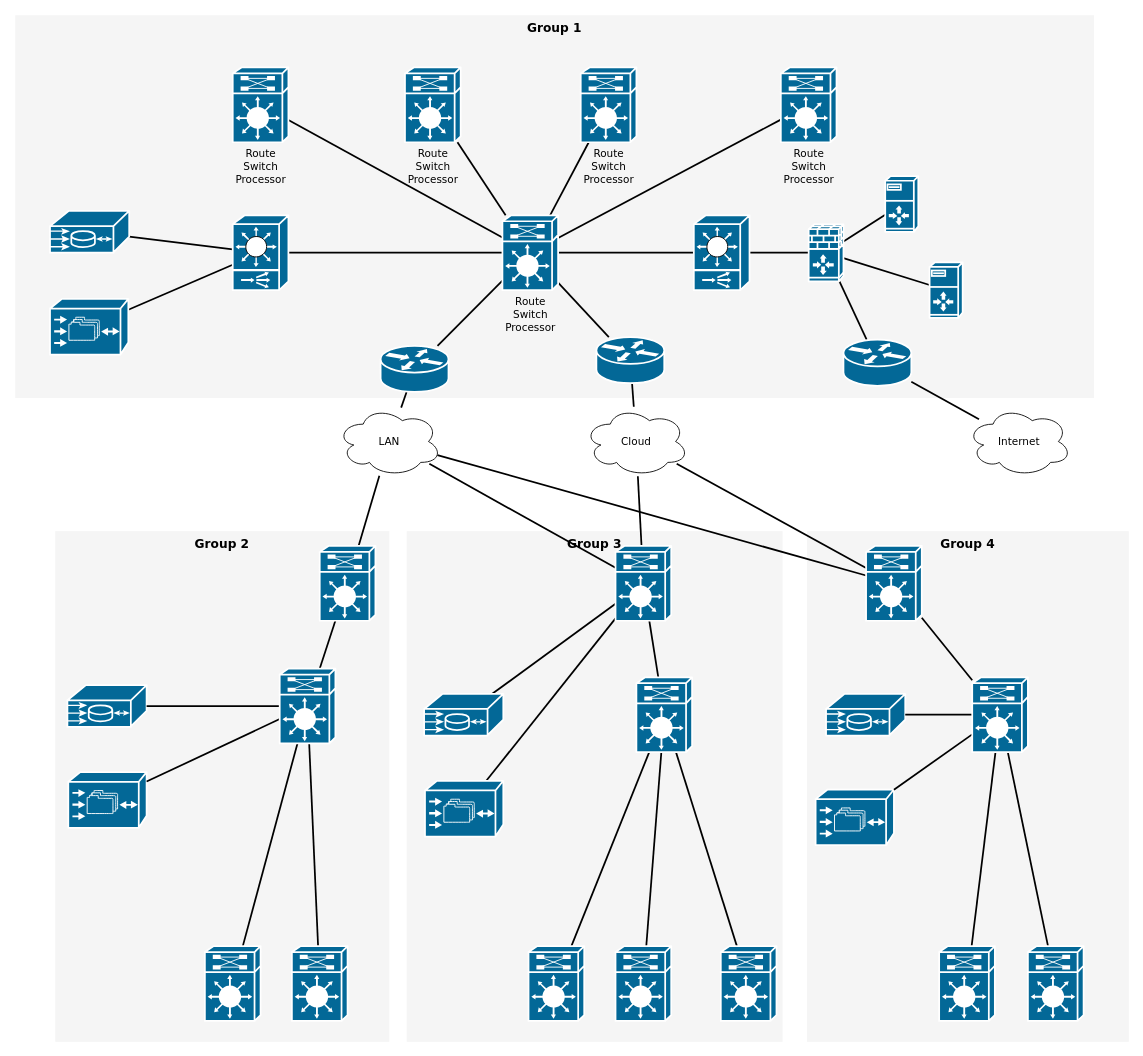
The draw.io diagram 未命名绘图.drawio in nicesteven/nicesteven, before the edit. Source tidied: cells renumbered, new cells numbered last; positions are measured from the earlier drawing's top-left corner, leaving out a move shared by most shapes. Both pictures are drawn from the tidied source at 87%, with x=0, y=0 at pixel (15, 15).
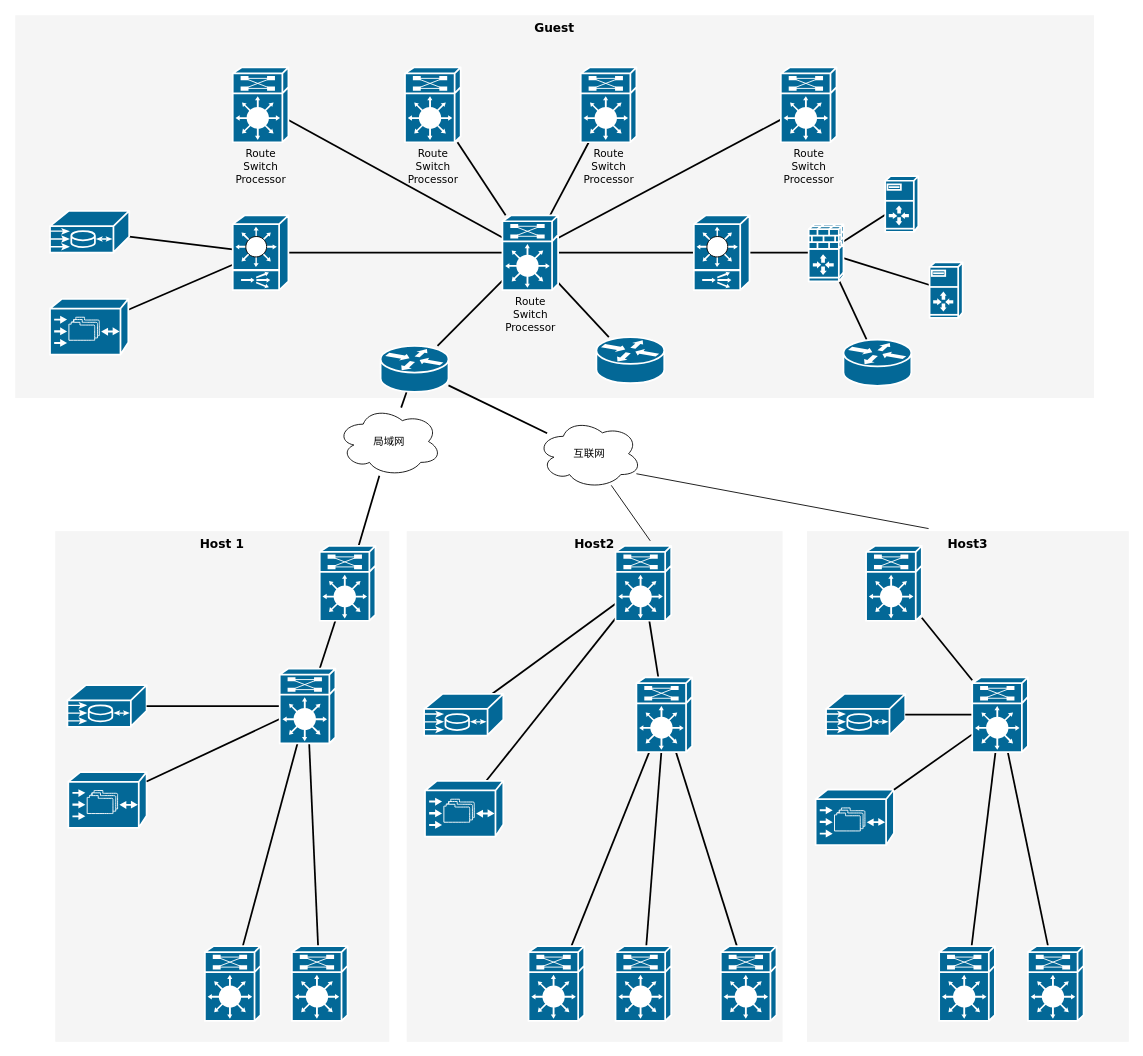
Above is the later version.

The change refers to these unchanged cells:
```xml
<mxCell id="45" style="shape=mxgraph.cisco.misc.route_switch_processor;html=1;dashed=0;fillColor=#036897;strokeColor=#ffffff;strokeWidth=2;verticalLabelPosition=bottom;verticalAlign=top;rounded=0;shadow=0;comic=0;fontFamily=Verdana;fontSize=12;" parent="1" vertex="1">
  <mxGeometry x="690" y="610" width="64" height="86" as="geometry" />
</mxCell>
<mxCell id="47" style="shape=mxgraph.cisco.misc.route_switch_processor;html=1;dashed=0;fillColor=#036897;strokeColor=#ffffff;strokeWidth=2;verticalLabelPosition=bottom;verticalAlign=top;rounded=0;shadow=0;comic=0;fontFamily=Verdana;fontSize=12;" parent="1" vertex="1">
  <mxGeometry x="978" y="610" width="64" height="86" as="geometry" />
</mxCell>
<mxCell id="76" style="shape=mxgraph.cisco.routers.router;html=1;dashed=0;fillColor=#036897;strokeColor=#ffffff;strokeWidth=2;verticalLabelPosition=bottom;verticalAlign=top;rounded=0;shadow=0;comic=0;fontFamily=Verdana;fontSize=12;" parent="1" vertex="1">
  <mxGeometry x="420" y="380" width="78" height="53" as="geometry" />
</mxCell>
<mxCell id="78" style="shape=mxgraph.cisco.routers.router;html=1;dashed=0;fillColor=#036897;strokeColor=#ffffff;strokeWidth=2;verticalLabelPosition=bottom;verticalAlign=top;rounded=0;shadow=0;comic=0;fontFamily=Verdana;fontSize=12;" parent="1" vertex="1">
  <mxGeometry x="668" y="370" width="78" height="53" as="geometry" />
</mxCell>
<mxCell id="80" style="shape=mxgraph.cisco.routers.router;html=1;dashed=0;fillColor=#036897;strokeColor=#ffffff;strokeWidth=2;verticalLabelPosition=bottom;verticalAlign=top;rounded=0;shadow=0;comic=0;fontFamily=Verdana;fontSize=12;" parent="1" vertex="1">
  <mxGeometry x="952" y="373" width="78" height="53" as="geometry" />
</mxCell>
```

Diff of the diagram source:
```diff
@@
-    <mxCell id="2" value="Group 1" style="whiteSpace=wrap;html=1;rounded=0;shadow=0;comic=0;strokeWidth=1;fontFamily=Verdana;fontSize=14;fillColor=#f5f5f5;strokeColor=none;verticalAlign=top;fontStyle=1;" parent="1" vertex="1">
+    <mxCell id="2" value="Guest" style="whiteSpace=wrap;html=1;rounded=0;shadow=0;comic=0;strokeWidth=1;fontFamily=Verdana;fontSize=14;fillColor=#f5f5f5;strokeColor=none;verticalAlign=top;fontStyle=1;" parent="1" vertex="1">
       <mxGeometry width="1240" height="440" as="geometry" />
     </mxCell>
-    <mxCell id="3" value="Group 4" style="whiteSpace=wrap;html=1;rounded=0;shadow=0;comic=0;strokeWidth=1;fontFamily=Verdana;fontSize=14;fillColor=#f5f5f5;strokeColor=none;fontStyle=1;verticalAlign=top;" parent="1" vertex="1">
+    <mxCell id="3" value="Host3" style="whiteSpace=wrap;html=1;rounded=0;shadow=0;comic=0;strokeWidth=1;fontFamily=Verdana;fontSize=14;fillColor=#f5f5f5;strokeColor=none;fontStyle=1;verticalAlign=top;" parent="1" vertex="1">
       <mxGeometry x="910" y="593" width="370" height="587" as="geometry" />
     </mxCell>
-    <mxCell id="4" value="Group 3" style="whiteSpace=wrap;html=1;rounded=0;shadow=0;comic=0;strokeWidth=1;fontFamily=Verdana;fontSize=14;fillColor=#f5f5f5;strokeColor=none;fontStyle=1;verticalAlign=top;" parent="1" vertex="1">
+    <mxCell id="4" value="Host2" style="whiteSpace=wrap;html=1;rounded=0;shadow=0;comic=0;strokeWidth=1;fontFamily=Verdana;fontSize=14;fillColor=#f5f5f5;strokeColor=none;fontStyle=1;verticalAlign=top;" parent="1" vertex="1">
       <mxGeometry x="450" y="593" width="432" height="587" as="geometry" />
     </mxCell>
-    <mxCell id="5" value="Group 2" style="whiteSpace=wrap;html=1;rounded=0;shadow=0;comic=0;strokeWidth=1;fontFamily=Verdana;fontSize=14;fillColor=#f5f5f5;strokeColor=none;fontStyle=1;verticalAlign=top;" parent="1" vertex="1">
+    <mxCell id="5" value="Host 1" style="whiteSpace=wrap;html=1;rounded=0;shadow=0;comic=0;strokeWidth=1;fontFamily=Verdana;fontSize=14;fillColor=#f5f5f5;strokeColor=none;fontStyle=1;verticalAlign=top;" parent="1" vertex="1">
       <mxGeometry x="46" y="593" width="384" height="587" as="geometry" />
     </mxCell>
@@
-    <mxCell id="33" style="edgeStyle=none;html=1;labelBackgroundColor=none;startFill=0;endArrow=none;endFill=0;strokeWidth=2;fontFamily=Verdana;fontSize=12;" parent="1" edge="1" source="35" target="45">
-      <mxGeometry relative="1" as="geometry" />
-    </mxCell>
-    <mxCell id="34" style="edgeStyle=none;html=1;labelBackgroundColor=none;startFill=0;endArrow=none;endFill=0;strokeWidth=2;fontFamily=Verdana;fontSize=12;" parent="1" edge="1" source="35" target="47">
-      <mxGeometry relative="1" as="geometry" />
-    </mxCell>
-    <mxCell id="35" value="LAN" style="ellipse;shape=cloud;whiteSpace=wrap;html=1;rounded=0;shadow=0;comic=0;strokeWidth=1;fontFamily=Verdana;fontSize=12;" parent="1" vertex="1">
+    <mxCell id="35" value="局域网" style="ellipse;shape=cloud;whiteSpace=wrap;html=1;rounded=0;shadow=0;comic=0;strokeWidth=1;fontFamily=Verdana;fontSize=12;" parent="1" vertex="1">
       <mxGeometry x="370" y="450" width="120" height="80" as="geometry" />
     </mxCell>
-    <mxCell id="36" style="edgeStyle=none;html=1;labelBackgroundColor=none;startFill=0;endArrow=none;endFill=0;strokeWidth=2;fontFamily=Verdana;fontSize=12;" parent="1" edge="1" source="38" target="45">
-      <mxGeometry relative="1" as="geometry" />
-    </mxCell>
-    <mxCell id="37" style="edgeStyle=none;html=1;labelBackgroundColor=none;startFill=0;endArrow=none;endFill=0;strokeWidth=2;fontFamily=Verdana;fontSize=12;" parent="1" edge="1" source="38" target="47">
-      <mxGeometry relative="1" as="geometry" />
-    </mxCell>
-    <mxCell id="38" value="Cloud" style="ellipse;shape=cloud;whiteSpace=wrap;html=1;rounded=0;shadow=0;comic=0;strokeWidth=1;fontFamily=Verdana;fontSize=12;" parent="1" vertex="1">
-      <mxGeometry x="654" y="450" width="120" height="80" as="geometry" />
+    <mxCell id="38" value="互联网" style="ellipse;shape=cloud;whiteSpace=wrap;html=1;rounded=0;shadow=0;comic=0;strokeWidth=1;fontFamily=Verdana;fontSize=12;" parent="1" vertex="1">
+      <mxGeometry x="600" y="464" width="120" height="80" as="geometry" />
     </mxCell>
-    <mxCell id="39" value="Internet" style="ellipse;shape=cloud;whiteSpace=wrap;html=1;rounded=0;shadow=0;comic=0;strokeWidth=1;fontFamily=Verdana;fontSize=12;" parent="1" vertex="1">
-      <mxGeometry x="1094" y="450" width="120" height="80" as="geometry" />
-    </mxCell>
@@
-    <mxCell id="77" style="edgeStyle=none;html=1;labelBackgroundColor=none;startFill=0;endArrow=none;endFill=0;strokeWidth=2;fontFamily=Verdana;fontSize=12;" parent="1" edge="1" source="78" target="38">
+    <mxCell id="77" style="edgeStyle=none;html=1;labelBackgroundColor=none;startFill=0;endArrow=none;endFill=0;strokeWidth=2;fontFamily=Verdana;fontSize=12;" parent="1" edge="1" source="76" target="38">
       <mxGeometry relative="1" as="geometry" />
     </mxCell>
@@
-    <mxCell id="79" style="edgeStyle=none;html=1;labelBackgroundColor=none;startFill=0;endArrow=none;endFill=0;strokeWidth=2;fontFamily=Verdana;fontSize=12;" parent="1" edge="1" source="80" target="39">
-      <mxGeometry relative="1" as="geometry" />
-    </mxCell>
@@
+    <mxCell id="81" style="endArrow=none;html=1;rounded=0;exitX=0.648;exitY=0.019;exitDx=0;exitDy=0;exitPerimeter=0;" parent="1" edge="1" source="4" target="38">
+      <mxGeometry relative="1" as="geometry" />
+    </mxCell>
+    <mxCell id="82" style="endArrow=none;html=1;rounded=0;entryX=0.95;entryY=0.788;entryDx=0;entryDy=0;entryPerimeter=0;exitX=0.378;exitY=-0.005;exitDx=0;exitDy=0;exitPerimeter=0;" parent="1" edge="1" source="3" target="38">
+      <mxGeometry relative="1" as="geometry" />
+    </mxCell>
```
